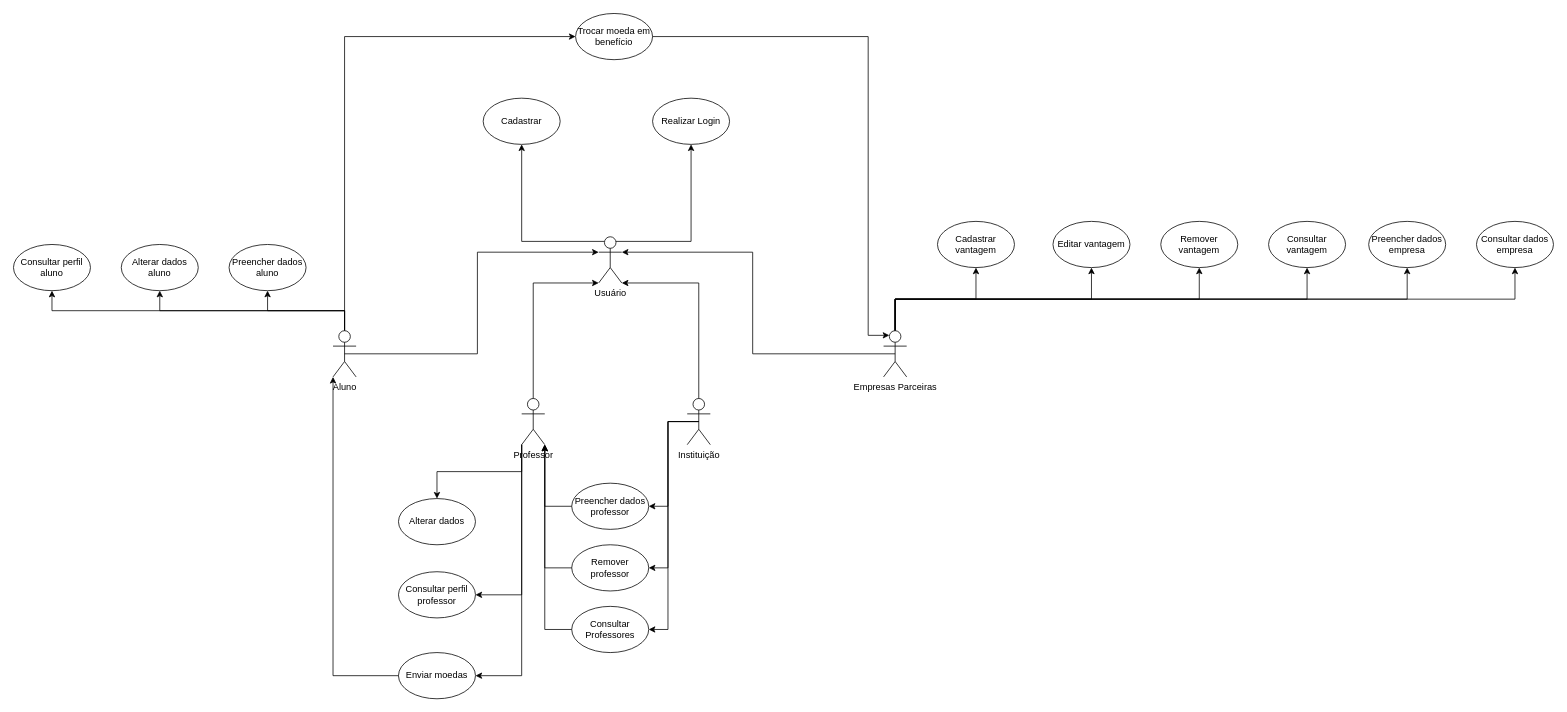
Before: projeto/Diagrama De Casos de Uso.drawio in Puc-Minas-activities-organization/Sistema-de-Moeda-Estudantil, a draw.io diagram. Source tidied: cells renumbered, new cells numbered last; positions are measured from the earlier drawing's top-left corner, leaving out a move shared by most shapes. Both pictures are drawn from the tidied source at 77%, with x=0, y=0 at pixel (13, 13).
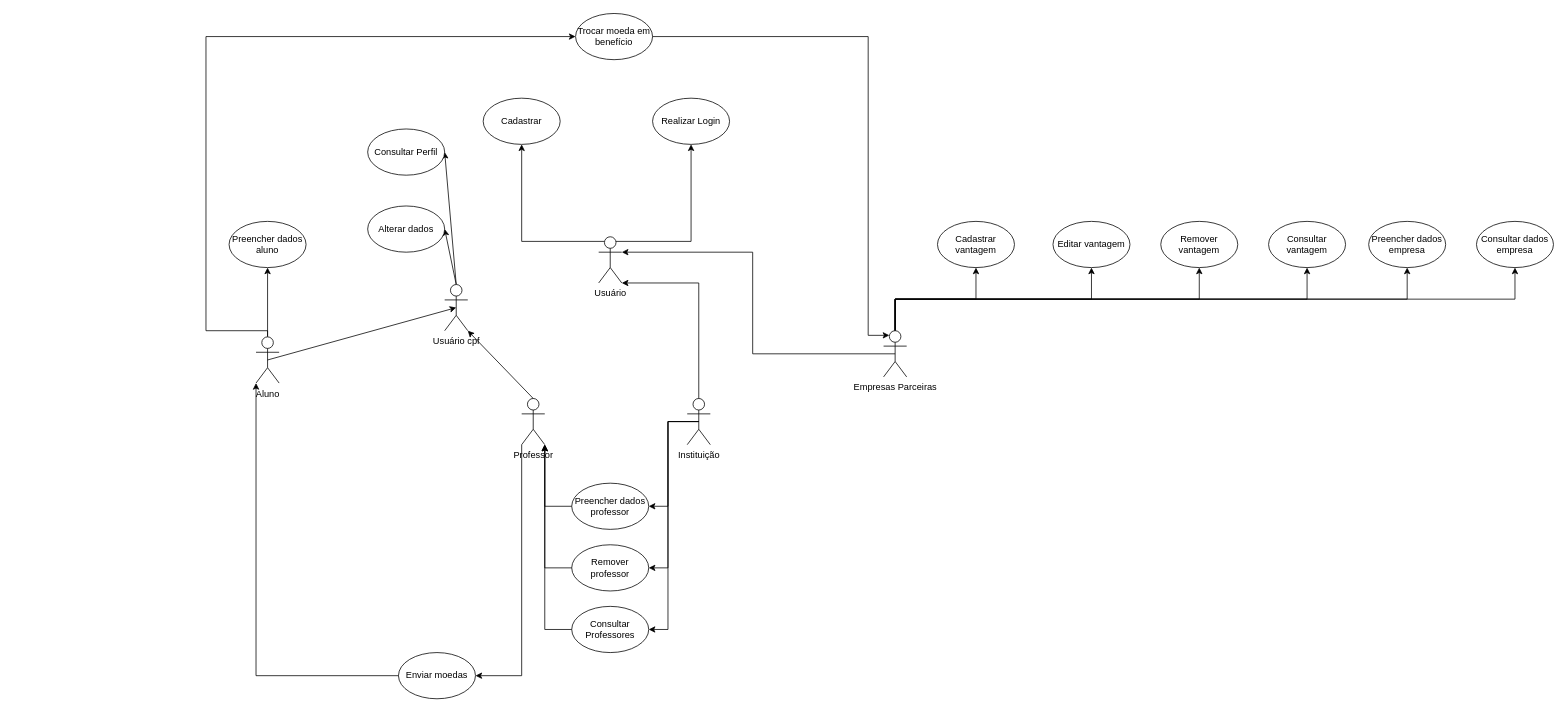
The same page after the edit.

Commit message:
alterações no diagrama de casos de uso

The change refers to these unchanged cells:
```xml
<mxCell id="8" value="Usuário&lt;div&gt;&lt;br&gt;&lt;/div&gt;" style="shape=umlActor;verticalLabelPosition=bottom;verticalAlign=top;html=1;outlineConnect=0;" parent="1" vertex="1">
  <mxGeometry x="760" y="290" width="30" height="60" as="geometry" />
</mxCell>
<mxCell id="17" value="Professor" style="shape=umlActor;verticalLabelPosition=bottom;verticalAlign=top;html=1;outlineConnect=0;" parent="1" vertex="1">
  <mxGeometry x="660" y="500" width="30" height="60" as="geometry" />
</mxCell>
<mxCell id="54" value="Trocar moeda em benefício" style="ellipse;whiteSpace=wrap;html=1;" parent="1" vertex="1">
  <mxGeometry x="730" width="100" height="60" as="geometry" />
</mxCell>
```

The edit, as a diff of the source:
```diff
@@
-    <mxCell id="10" style="edgeStyle=orthogonalEdgeStyle;rounded=0;jettySize=auto;html=1;exitX=0.5;exitY=0;exitDx=0;exitDy=0;exitPerimeter=0;entryX=0.5;entryY=1;entryDx=0;entryDy=0;" parent="1" edge="1" source="13" target="52">
-      <mxGeometry relative="1" as="geometry" />
-    </mxCell>
-    <mxCell id="11" style="edgeStyle=orthogonalEdgeStyle;rounded=0;jettySize=auto;html=1;exitX=0.5;exitY=0;exitDx=0;exitDy=0;exitPerimeter=0;entryX=0.5;entryY=1;entryDx=0;entryDy=0;" parent="1" edge="1" source="13" target="53">
-      <mxGeometry relative="1" as="geometry" />
-    </mxCell>
     <mxCell id="12" style="edgeStyle=orthogonalEdgeStyle;rounded=0;jettySize=auto;html=1;exitX=0.5;exitY=0;exitDx=0;exitDy=0;exitPerimeter=0;entryX=0;entryY=0.5;entryDx=0;entryDy=0;" parent="1" edge="1" source="13" target="54">
       <mxGeometry relative="1" as="geometry">
         <Array as="points">
-          <mxPoint x="430" y="30" />
-          <mxPoint x="730" y="30" />
+          <mxPoint x="330" y="412" />
+          <mxPoint x="250" y="412" />
+          <mxPoint x="250" y="30" />
         </Array>
       </mxGeometry>
     </mxCell>
     <mxCell id="13" value="Aluno" style="shape=umlActor;verticalLabelPosition=bottom;verticalAlign=top;html=1;outlineConnect=0;" parent="1" vertex="1">
-      <mxGeometry x="415" y="412" width="30" height="60" as="geometry" />
+      <mxGeometry x="315" y="420" width="30" height="60" as="geometry" />
     </mxCell>
-    <mxCell id="14" style="edgeStyle=orthogonalEdgeStyle;rounded=0;jettySize=auto;html=1;exitX=0;exitY=1;exitDx=0;exitDy=0;exitPerimeter=0;entryX=0.5;entryY=0;entryDx=0;entryDy=0;" parent="1" edge="1" source="17" target="48">
-      <mxGeometry relative="1" as="geometry" />
-    </mxCell>
-    <mxCell id="15" style="edgeStyle=orthogonalEdgeStyle;rounded=0;jettySize=auto;html=1;exitX=0;exitY=1;exitDx=0;exitDy=0;exitPerimeter=0;entryX=1;entryY=0.5;entryDx=0;entryDy=0;" parent="1" edge="1" source="17" target="49">
-      <mxGeometry relative="1" as="geometry" />
-    </mxCell>
@@
-    <mxCell id="29" style="edgeStyle=orthogonalEdgeStyle;rounded=0;jettySize=auto;html=1;exitX=0.5;exitY=0.5;exitDx=0;exitDy=0;exitPerimeter=0;entryX=0;entryY=0.3333333333333333;entryDx=0;entryDy=0;entryPerimeter=0;" parent="1" edge="1" source="13" target="8">
-      <mxGeometry relative="1" as="geometry" />
-    </mxCell>
@@
-    <mxCell id="31" style="edgeStyle=orthogonalEdgeStyle;rounded=0;jettySize=auto;html=1;exitX=0.5;exitY=0;exitDx=0;exitDy=0;exitPerimeter=0;" parent="1" edge="1" source="17" target="8">
-      <mxGeometry relative="1" as="geometry">
-        <Array as="points">
-          <mxPoint x="675" y="350" />
-        </Array>
-      </mxGeometry>
-    </mxCell>
@@
     <mxCell id="40" value="Preencher dados aluno" style="ellipse;whiteSpace=wrap;html=1;" parent="1" vertex="1">
-      <mxGeometry x="280" y="300" width="100" height="60" as="geometry" />
+      <mxGeometry x="280" y="270" width="100" height="60" as="geometry" />
     </mxCell>
@@
-    <mxCell id="48" value="Alterar dados" style="ellipse;whiteSpace=wrap;html=1;" parent="1" vertex="1">
-      <mxGeometry x="500" y="630" width="100" height="60" as="geometry" />
-    </mxCell>
-    <mxCell id="49" value="Consultar perfil professor" style="ellipse;whiteSpace=wrap;html=1;" parent="1" vertex="1">
-      <mxGeometry x="500" y="725" width="100" height="60" as="geometry" />
-    </mxCell>
@@
-    <mxCell id="52" value="Alterar dados aluno" style="ellipse;whiteSpace=wrap;html=1;" parent="1" vertex="1">
-      <mxGeometry x="140" y="300" width="100" height="60" as="geometry" />
-    </mxCell>
-    <mxCell id="53" value="Consultar perfil aluno" style="ellipse;whiteSpace=wrap;html=1;" parent="1" vertex="1">
-      <mxGeometry y="300" width="100" height="60" as="geometry" />
-    </mxCell>
@@
+    <mxCell id="56" style="edgeStyle=none;html=1;exitX=0.5;exitY=0;exitDx=0;exitDy=0;exitPerimeter=0;entryX=1;entryY=0.5;entryDx=0;entryDy=0;" parent="1" edge="1" source="58" target="48">
+      <mxGeometry relative="1" as="geometry" />
+    </mxCell>
+    <mxCell id="57" style="edgeStyle=none;html=1;exitX=0.5;exitY=0;exitDx=0;exitDy=0;exitPerimeter=0;entryX=1;entryY=0.5;entryDx=0;entryDy=0;" parent="1" edge="1" source="58" target="61">
+      <mxGeometry relative="1" as="geometry" />
+    </mxCell>
+    <mxCell id="58" value="Usuário cpf" style="shape=umlActor;verticalLabelPosition=bottom;verticalAlign=top;html=1;outlineConnect=0;" parent="1" vertex="1">
+      <mxGeometry x="560" y="352" width="30" height="60" as="geometry" />
+    </mxCell>
+    <mxCell id="59" style="edgeStyle=none;html=1;exitX=0.5;exitY=0.5;exitDx=0;exitDy=0;exitPerimeter=0;entryX=0.5;entryY=0.5;entryDx=0;entryDy=0;entryPerimeter=0;" parent="1" edge="1" source="13" target="58">
+      <mxGeometry relative="1" as="geometry" />
+    </mxCell>
+    <mxCell id="60" style="edgeStyle=none;html=1;exitX=0.5;exitY=0;exitDx=0;exitDy=0;exitPerimeter=0;" parent="1" edge="1" source="17">
+      <mxGeometry relative="1" as="geometry">
+        <mxPoint x="590" y="412" as="targetPoint" />
+      </mxGeometry>
+    </mxCell>
+    <mxCell id="61" value="Consultar Perfil" style="ellipse;whiteSpace=wrap;html=1;" parent="1" vertex="1">
+      <mxGeometry x="460" y="150" width="100" height="60" as="geometry" />
+    </mxCell>
+    <mxCell id="48" value="Alterar dados" style="ellipse;whiteSpace=wrap;html=1;" parent="1" vertex="1">
+      <mxGeometry x="460" y="250" width="100" height="60" as="geometry" />
+    </mxCell>
```
